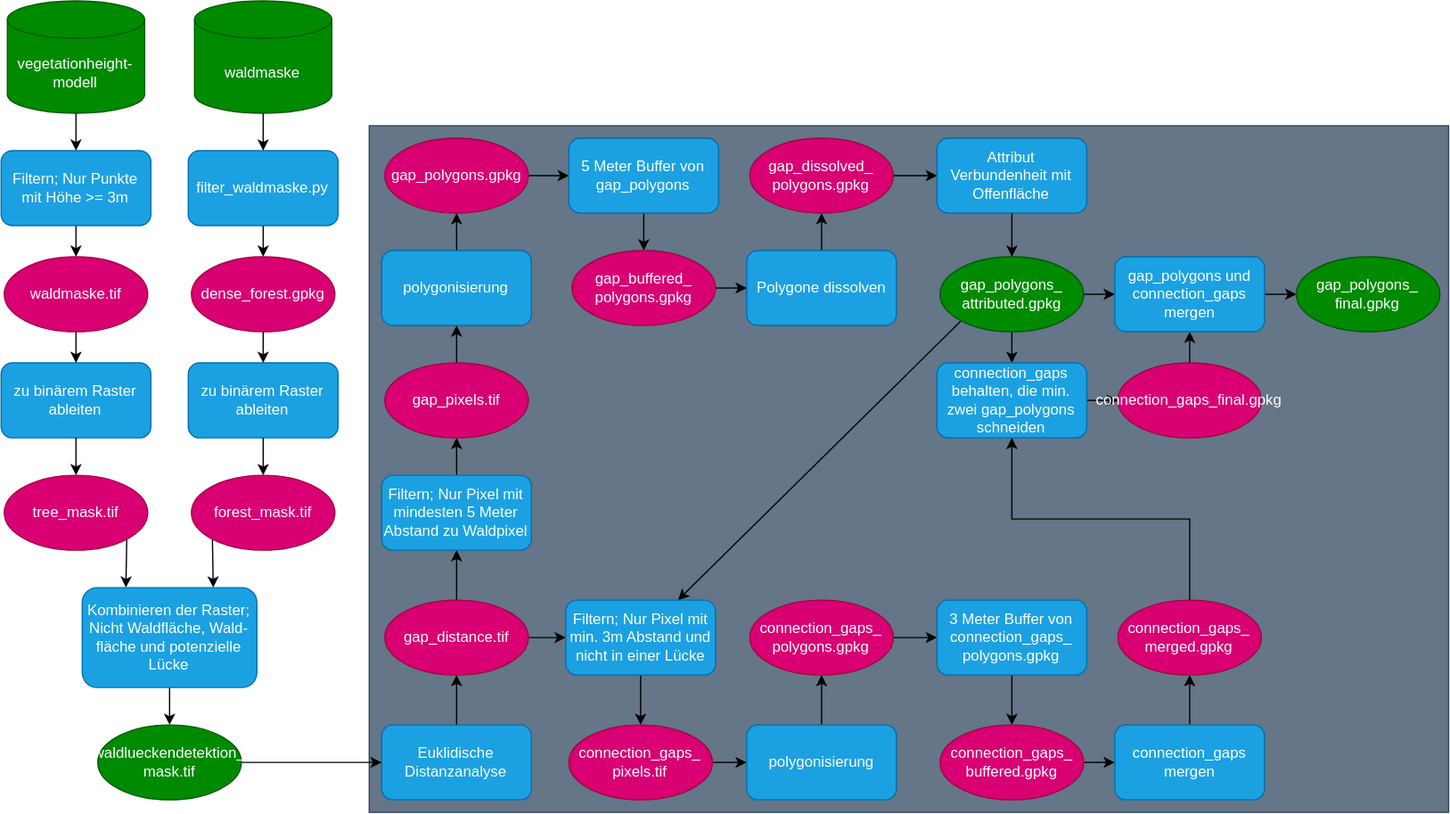
The draw.io diagram Lueckendetektion_scripts.drawio.svg in liobio72/Lueckendetektion, before a commit. Source tidied: cells renumbered, new cells last; positions are measured from the earlier drawing's top-left corner, leaving out a move shared by most shapes.
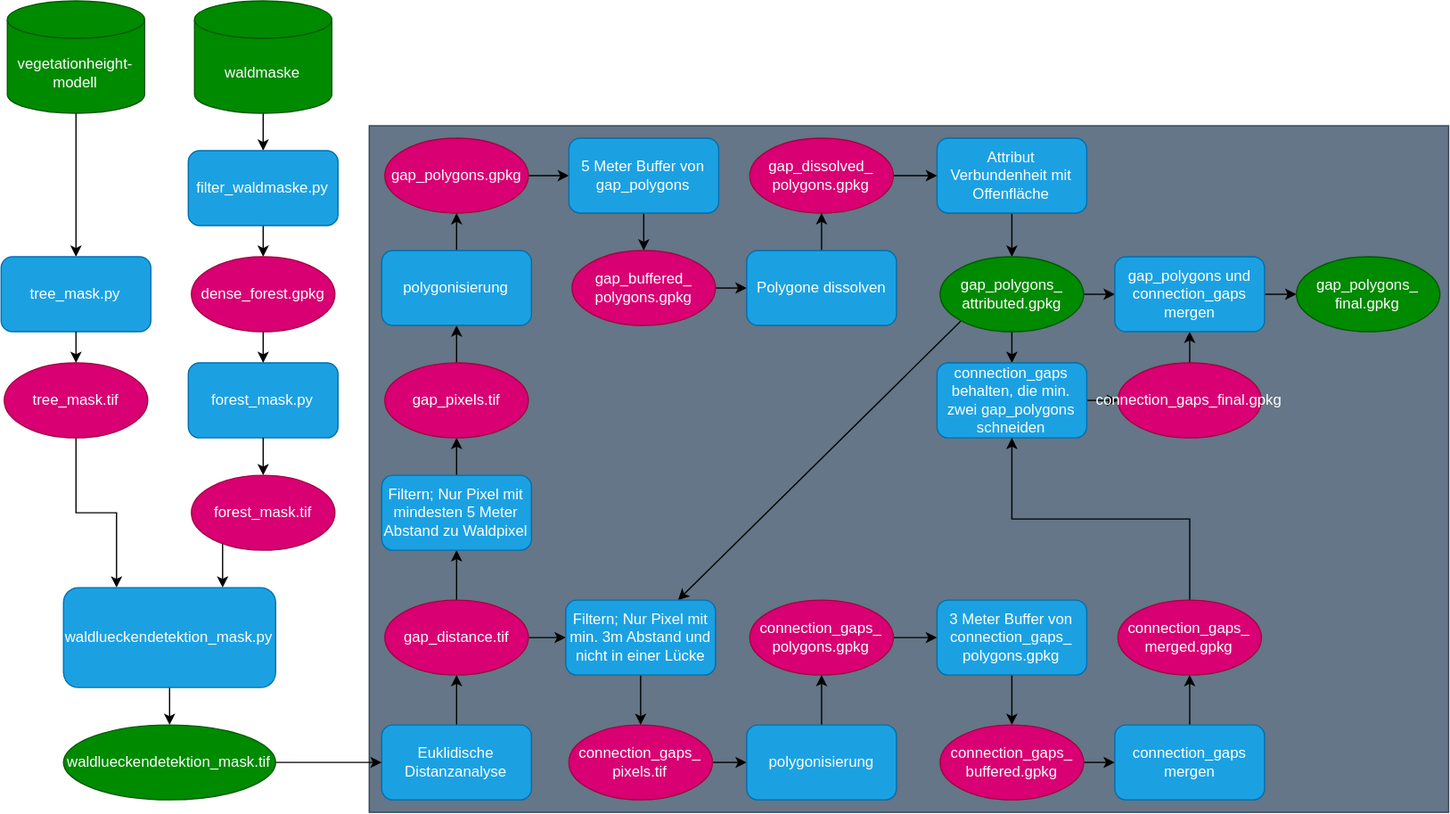
Later version of the same file.

What changed in the source:
```diff
@@ -5,9 +5,9 @@
     <mxCell id="2" style="rounded=0;whiteSpace=wrap;html=1;fillColor=#647687;strokeColor=#314354;fontColor=#ffffff;" parent="1" vertex="1">
       <mxGeometry x="645" y="100" width="865" height="550" as="geometry" />
     </mxCell>
-    <mxCell id="3" style="edgeStyle=orthogonalEdgeStyle;rounded=0;jettySize=auto;html=1;exitX=0.5;exitY=1;exitDx=0;exitDy=0;exitPerimeter=0;entryX=0.5;entryY=0;entryDx=0;entryDy=0;" parent="1" edge="1" source="4" target="12">
-      <mxGeometry relative="1" as="geometry" />
-    </mxCell>
+    <mxCell id="81" style="edgeStyle=orthogonalEdgeStyle;rounded=0;jettySize=auto;html=1;exitX=0.5;exitY=1;exitDx=0;exitDy=0;exitPerimeter=0;entryX=0.5;entryY=0;entryDx=0;entryDy=0;" parent="1" edge="1" source="4" target="16">
+      <mxGeometry relative="1" as="geometry" />
+    </mxCell>
     <mxCell id="4" value="vegetationheight-&lt;div&gt;modell&lt;/div&gt;" style="shape=cylinder3;whiteSpace=wrap;html=1;boundedLbl=1;backgroundOutline=1;size=15;fillColor=#008a00;fontColor=#ffffff;strokeColor=#005700;" parent="1" vertex="1">
       <mxGeometry x="355" width="110" height="90" as="geometry" />
     </mxCell>
@@ -17,11 +17,11 @@
     <mxCell id="6" value="waldmaske" style="shape=cylinder3;whiteSpace=wrap;html=1;boundedLbl=1;backgroundOutline=1;size=15;fillColor=#008a00;fontColor=#ffffff;strokeColor=#005700;" parent="1" vertex="1">
       <mxGeometry x="505" width="110" height="90" as="geometry" />
     </mxCell>
-    <mxCell id="7" style="edgeStyle=orthogonalEdgeStyle;rounded=0;jettySize=auto;html=1;exitX=1;exitY=1;exitDx=0;exitDy=0;entryX=0.25;entryY=0;entryDx=0;entryDy=0;" parent="1" edge="1" source="8" target="20">
+    <mxCell id="7" style="edgeStyle=orthogonalEdgeStyle;rounded=0;jettySize=auto;html=1;exitX=0.5;exitY=1;exitDx=0;exitDy=0;entryX=0.25;entryY=0;entryDx=0;entryDy=0;" parent="1" edge="1" source="8" target="20">
       <mxGeometry relative="1" as="geometry" />
     </mxCell>
     <mxCell id="8" value="tree_mask.tif" style="ellipse;whiteSpace=wrap;html=1;fillColor=#d80073;fontColor=#ffffff;strokeColor=#A50040;" parent="1" vertex="1">
-      <mxGeometry x="352.5" y="380" width="115" height="60" as="geometry" />
+      <mxGeometry x="352.5" y="290" width="115" height="60" as="geometry" />
     </mxCell>
     <mxCell id="9" style="edgeStyle=orthogonalEdgeStyle;rounded=0;jettySize=auto;html=1;exitX=0;exitY=1;exitDx=0;exitDy=0;entryX=0.75;entryY=0;entryDx=0;entryDy=0;" parent="1" edge="1" source="10" target="20">
       <mxGeometry relative="1" as="geometry" />
@@ -29,23 +29,17 @@
     <mxCell id="10" value="forest_mask.tif" style="ellipse;whiteSpace=wrap;html=1;fillColor=#d80073;fontColor=#ffffff;strokeColor=#A50040;" parent="1" vertex="1">
       <mxGeometry x="502.5" y="380" width="115" height="60" as="geometry" />
     </mxCell>
-    <mxCell id="11" style="edgeStyle=orthogonalEdgeStyle;rounded=0;jettySize=auto;html=1;exitX=0.5;exitY=1;exitDx=0;exitDy=0;entryX=0.5;entryY=0;entryDx=0;entryDy=0;" parent="1" edge="1" source="12" target="78">
-      <mxGeometry relative="1" as="geometry" />
-    </mxCell>
-    <mxCell id="12" value="Filtern; Nur Punkte&lt;div&gt;mit Höhe &amp;gt;= 3m&lt;/div&gt;" style="rounded=1;whiteSpace=wrap;html=1;fillColor=#1ba1e2;fontColor=#ffffff;strokeColor=#006EAF;" parent="1" vertex="1">
-      <mxGeometry x="350" y="120" width="120" height="60" as="geometry" />
-    </mxCell>
     <mxCell id="13" style="edgeStyle=orthogonalEdgeStyle;rounded=0;jettySize=auto;html=1;exitX=0.5;exitY=1;exitDx=0;exitDy=0;entryX=0.5;entryY=0;entryDx=0;entryDy=0;" parent="1" edge="1" source="14" target="80">
       <mxGeometry relative="1" as="geometry" />
     </mxCell>
     <mxCell id="14" value="filter_waldmaske.py" style="rounded=1;whiteSpace=wrap;html=1;fillColor=#1ba1e2;fontColor=#ffffff;strokeColor=#006EAF;" parent="1" vertex="1">
       <mxGeometry x="500" y="120" width="120" height="60" as="geometry" />
     </mxCell>
-    <mxCell id="15" value="zu binärem Raster&lt;div&gt;ableiten&lt;/div&gt;" style="rounded=1;whiteSpace=wrap;html=1;fillColor=#1ba1e2;fontColor=#ffffff;strokeColor=#006EAF;" parent="1" vertex="1">
+    <mxCell id="15" value="forest_mask.py" style="rounded=1;whiteSpace=wrap;html=1;fillColor=#1ba1e2;fontColor=#ffffff;strokeColor=#006EAF;" parent="1" vertex="1">
       <mxGeometry x="500" y="290" width="120" height="60" as="geometry" />
     </mxCell>
-    <mxCell id="16" value="zu binärem Raster&lt;div&gt;ableiten&lt;/div&gt;" style="rounded=1;whiteSpace=wrap;html=1;fillColor=#1ba1e2;fontColor=#ffffff;strokeColor=#006EAF;" parent="1" vertex="1">
-      <mxGeometry x="350" y="290" width="120" height="60" as="geometry" />
+    <mxCell id="16" value="tree_mask.py" style="rounded=1;whiteSpace=wrap;html=1;fillColor=#1ba1e2;fontColor=#ffffff;strokeColor=#006EAF;" parent="1" vertex="1">
+      <mxGeometry x="350" y="205" width="120" height="60" as="geometry" />
     </mxCell>
     <mxCell id="17" style="edgeStyle=orthogonalEdgeStyle;rounded=0;jettySize=auto;html=1;exitX=0.5;exitY=1;exitDx=0;exitDy=0;entryX=0.5;entryY=0;entryDx=0;entryDy=0;" parent="1" edge="1" source="16" target="8">
       <mxGeometry relative="1" as="geometry" />
@@ -56,8 +50,8 @@
     <mxCell id="19" style="edgeStyle=orthogonalEdgeStyle;rounded=0;jettySize=auto;html=1;exitX=0.5;exitY=1;exitDx=0;exitDy=0;entryX=0.5;entryY=0;entryDx=0;entryDy=0;" parent="1" edge="1" source="20" target="39">
       <mxGeometry relative="1" as="geometry" />
     </mxCell>
-    <mxCell id="20" value="Kombinieren der Raster;&lt;div&gt;Nicht Waldfläche, Wald-fläche und potenzielle Lücke&lt;/div&gt;" style="rounded=1;whiteSpace=wrap;html=1;fillColor=#1ba1e2;fontColor=#ffffff;strokeColor=#006EAF;" parent="1" vertex="1">
-      <mxGeometry x="415" y="470" width="140" height="80" as="geometry" />
+    <mxCell id="20" value="waldlueckendetektion_mask.py" style="rounded=1;whiteSpace=wrap;html=1;fillColor=#1ba1e2;fontColor=#ffffff;strokeColor=#006EAF;" parent="1" vertex="1">
+      <mxGeometry x="400" y="470" width="170" height="80" as="geometry" />
     </mxCell>
     <mxCell id="21" style="edgeStyle=orthogonalEdgeStyle;rounded=0;jettySize=auto;html=1;exitX=0.5;exitY=0;exitDx=0;exitDy=0;entryX=0.5;entryY=1;entryDx=0;entryDy=0;" parent="1" edge="1" source="22" target="25">
       <mxGeometry relative="1" as="geometry" />
@@ -113,8 +107,8 @@
     <mxCell id="38" style="edgeStyle=orthogonalEdgeStyle;rounded=0;jettySize=auto;html=1;exitX=1;exitY=0.5;exitDx=0;exitDy=0;entryX=0;entryY=0.5;entryDx=0;entryDy=0;" parent="1" edge="1" source="39" target="22">
       <mxGeometry relative="1" as="geometry" />
     </mxCell>
-    <mxCell id="39" value="waldlueckendetektion_&lt;div&gt;&lt;span style=&quot;background-color: transparent; color: light-dark(rgb(255, 255, 255), rgb(18, 18, 18));&quot;&gt;mask.tif&lt;/span&gt;&lt;/div&gt;" style="ellipse;whiteSpace=wrap;html=1;fillColor=#008a00;fontColor=#ffffff;strokeColor=#005700;" parent="1" vertex="1">
-      <mxGeometry x="427.5" y="580" width="115" height="60" as="geometry" />
+    <mxCell id="39" value="waldlueckendetektion_&lt;span style=&quot;background-color: transparent; color: light-dark(rgb(255, 255, 255), rgb(18, 18, 18));&quot;&gt;mask.tif&lt;/span&gt;" style="ellipse;whiteSpace=wrap;html=1;fillColor=#008a00;fontColor=#ffffff;strokeColor=#005700;" parent="1" vertex="1">
+      <mxGeometry x="400" y="580" width="170" height="60" as="geometry" />
     </mxCell>
     <mxCell id="40" style="edgeStyle=orthogonalEdgeStyle;rounded=0;jettySize=auto;html=1;exitX=0.5;exitY=1;exitDx=0;exitDy=0;entryX=0.5;entryY=0;entryDx=0;entryDy=0;" parent="1" edge="1" source="41" target="49">
       <mxGeometry relative="1" as="geometry" />
@@ -235,12 +229,6 @@
     <mxCell id="76" value="gap_polygons_&lt;div&gt;final&lt;span style=&quot;background-color: transparent; color: light-dark(rgb(255, 255, 255), rgb(18, 18, 18));&quot;&gt;.gpkg&lt;/span&gt;&lt;/div&gt;" style="ellipse;whiteSpace=wrap;html=1;fillColor=#008a00;fontColor=#ffffff;strokeColor=#005700;" parent="1" vertex="1">
       <mxGeometry x="1388" y="205" width="115" height="60" as="geometry" />
     </mxCell>
-    <mxCell id="77" style="edgeStyle=orthogonalEdgeStyle;rounded=0;jettySize=auto;html=1;exitX=0.5;exitY=1;exitDx=0;exitDy=0;entryX=0.5;entryY=0;entryDx=0;entryDy=0;" parent="1" edge="1" source="78" target="16">
-      <mxGeometry relative="1" as="geometry" />
-    </mxCell>
-    <mxCell id="78" value="waldmaske.tif" style="ellipse;whiteSpace=wrap;html=1;fillColor=#d80073;fontColor=#ffffff;strokeColor=#A50040;" parent="1" vertex="1">
-      <mxGeometry x="352.5" y="205" width="115" height="60" as="geometry" />
-    </mxCell>
     <mxCell id="79" style="edgeStyle=orthogonalEdgeStyle;rounded=0;jettySize=auto;html=1;exitX=0.5;exitY=1;exitDx=0;exitDy=0;entryX=0.5;entryY=0;entryDx=0;entryDy=0;" parent="1" edge="1" source="80" target="15">
       <mxGeometry relative="1" as="geometry" />
     </mxCell>
```
